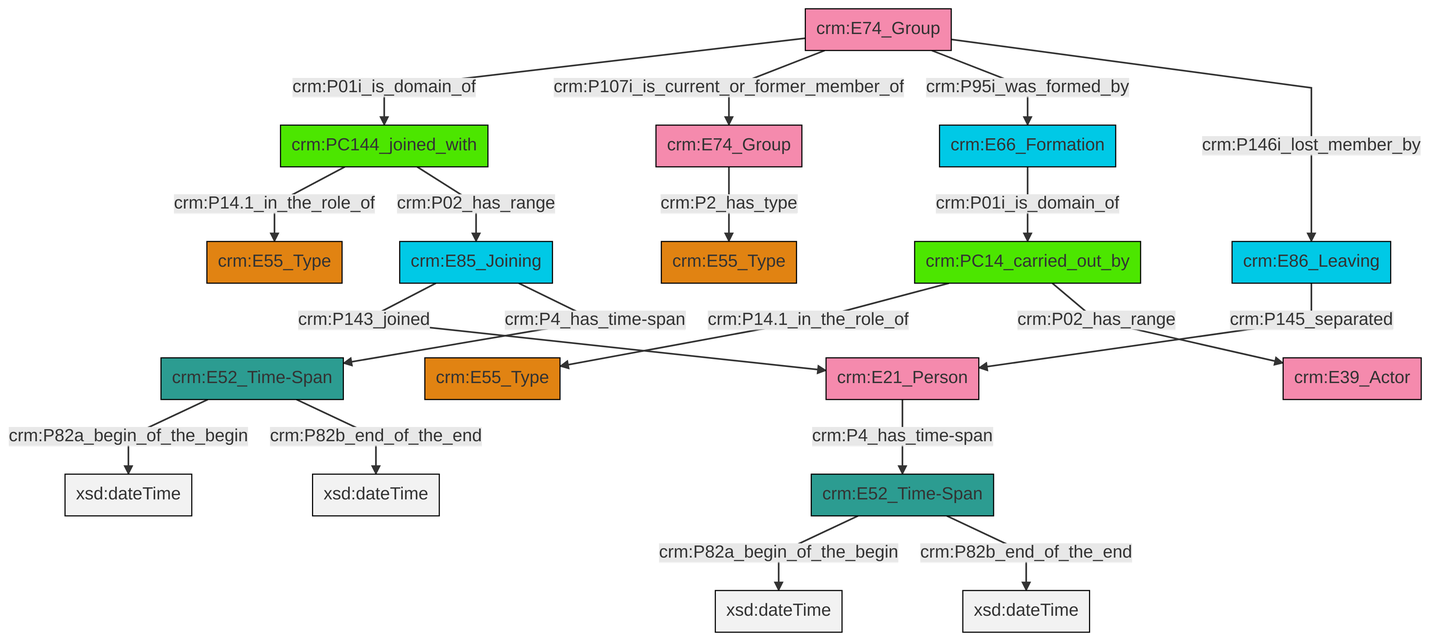
This is et/groupCSV/ttl/mmd/png/group_actor_relations.png from swiss-art-research-net/docs.swissartresearch, a Mermaid export, as it was before one commit. Its source is kept beside it as et/groupCSV/ttl/mmd/group_actor_relations.ttl.mmd.
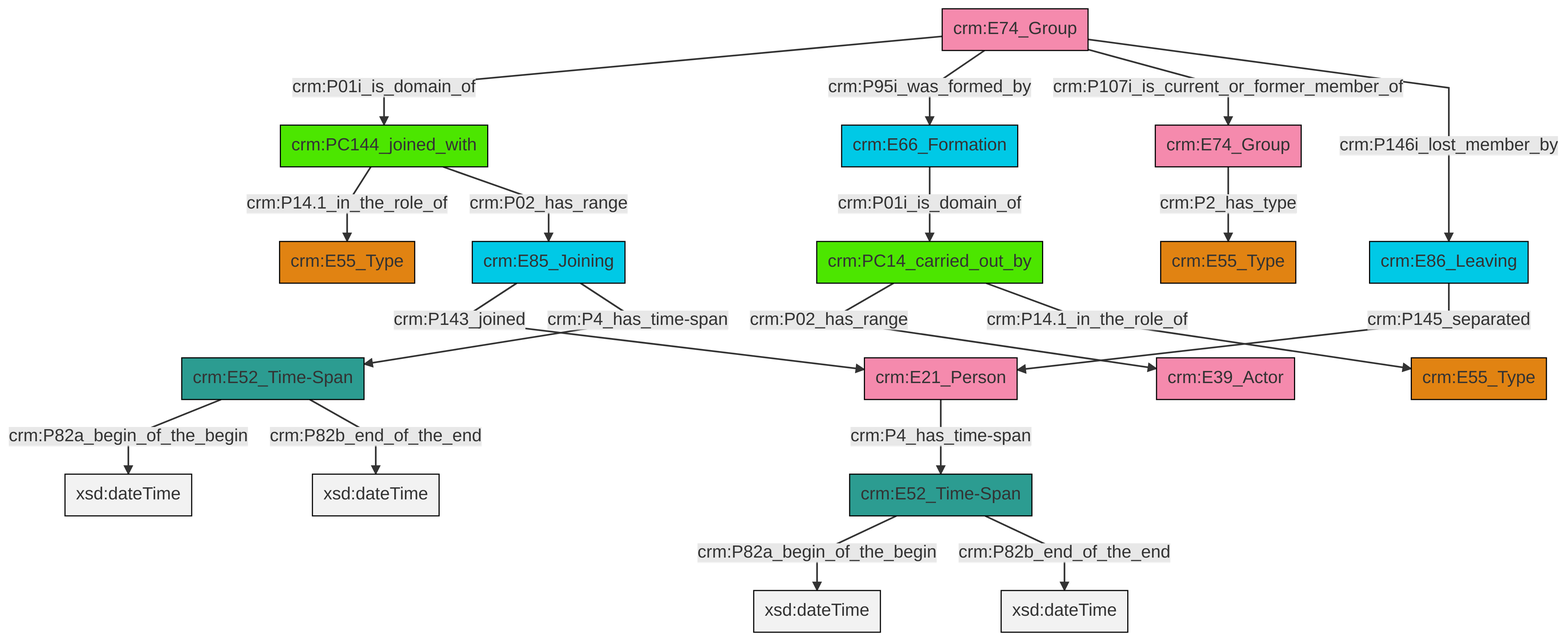
After the change.

Change to the diagram source:
```diff
@@ -13,21 +13,21 @@
 classDef PC_Classes fill:#4ce600, stroke:#000000;
 classDef Multi fill:#cccccc,stroke:#000000;
 
-2["crm:E74_Group"]:::Actor -->|crm:P2_has_type| 3["crm:E55_Type"]:::Type
-4["crm:PC14_carried_out_by"]:::PC_Classes -->|crm:P14.1_in_the_role_of| 5["crm:E55_Type"]:::Type
-6["crm:PC144_joined_with"]:::PC_Classes -->|crm:P14.1_in_the_role_of| 7["crm:E55_Type"]:::Type
-0["crm:E86_Leaving"]:::Temporal_Entity -->|crm:P145_separated| 8["crm:E21_Person"]:::Actor
-9["crm:E52_Time-Span"]:::Time-Span -->|crm:P82a_begin_of_the_begin| 10[xsd:dateTime]:::Literal
-8["crm:E21_Person"]:::Actor -->|crm:P4_has_time-span| 15["crm:E52_Time-Span"]:::Time-Span
-16["crm:E74_Group"]:::Actor -->|crm:P01i_is_domain_of| 6["crm:PC144_joined_with"]:::PC_Classes
-16["crm:E74_Group"]:::Actor -->|crm:P107i_is_current_or_former_member_of| 2["crm:E74_Group"]:::Actor
-9["crm:E52_Time-Span"]:::Time-Span -->|crm:P82b_end_of_the_end| 20[xsd:dateTime]:::Literal
-15["crm:E52_Time-Span"]:::Time-Span -->|crm:P82a_begin_of_the_begin| 21[xsd:dateTime]:::Literal
-15["crm:E52_Time-Span"]:::Time-Span -->|crm:P82b_end_of_the_end| 22[xsd:dateTime]:::Literal
-23["crm:E85_Joining"]:::Temporal_Entity -->|crm:P143_joined| 8["crm:E21_Person"]:::Actor
-16["crm:E74_Group"]:::Actor -->|crm:P95i_was_formed_by| 11["crm:E66_Formation"]:::Temporal_Entity
-11["crm:E66_Formation"]:::Temporal_Entity -->|crm:P01i_is_domain_of| 4["crm:PC14_carried_out_by"]:::PC_Classes
-23["crm:E85_Joining"]:::Temporal_Entity -->|crm:P4_has_time-span| 9["crm:E52_Time-Span"]:::Time-Span
-16["crm:E74_Group"]:::Actor -->|crm:P146i_lost_member_by| 0["crm:E86_Leaving"]:::Temporal_Entity
-6["crm:PC144_joined_with"]:::PC_Classes -->|crm:P02_has_range| 23["crm:E85_Joining"]:::Temporal_Entity
-4["crm:PC14_carried_out_by"]:::PC_Classes -->|crm:P02_has_range| 33["crm:E39_Actor"]:::Actor
+2["crm:E52_Time-Span"]:::Time-Span -->|crm:P82a_begin_of_the_begin| 4[xsd:dateTime]:::Literal
+7["crm:E74_Group"]:::Actor -->|crm:P01i_is_domain_of| 8["crm:PC144_joined_with"]:::PC_Classes
+11["crm:E74_Group"]:::Actor -->|crm:P2_has_type| 13["crm:E55_Type"]:::Type
+16["crm:E85_Joining"]:::Temporal_Entity -->|crm:P143_joined| 17["crm:E21_Person"]:::Actor
+18["crm:E52_Time-Span"]:::Time-Span -->|crm:P82a_begin_of_the_begin| 19[xsd:dateTime]:::Literal
+7["crm:E74_Group"]:::Actor -->|crm:P95i_was_formed_by| 9["crm:E66_Formation"]:::Temporal_Entity
+9["crm:E66_Formation"]:::Temporal_Entity -->|crm:P01i_is_domain_of| 0["crm:PC14_carried_out_by"]:::PC_Classes
+17["crm:E21_Person"]:::Actor -->|crm:P4_has_time-span| 2["crm:E52_Time-Span"]:::Time-Span
+7["crm:E74_Group"]:::Actor -->|crm:P107i_is_current_or_former_member_of| 11["crm:E74_Group"]:::Actor
+0["crm:PC14_carried_out_by"]:::PC_Classes -->|crm:P02_has_range| 21["crm:E39_Actor"]:::Actor
+7["crm:E74_Group"]:::Actor -->|crm:P146i_lost_member_by| 24["crm:E86_Leaving"]:::Temporal_Entity
+16["crm:E85_Joining"]:::Temporal_Entity -->|crm:P4_has_time-span| 18["crm:E52_Time-Span"]:::Time-Span
+2["crm:E52_Time-Span"]:::Time-Span -->|crm:P82b_end_of_the_end| 25[xsd:dateTime]:::Literal
+0["crm:PC14_carried_out_by"]:::PC_Classes -->|crm:P14.1_in_the_role_of| 5["crm:E55_Type"]:::Type
+8["crm:PC144_joined_with"]:::PC_Classes -->|crm:P14.1_in_the_role_of| 28["crm:E55_Type"]:::Type
+24["crm:E86_Leaving"]:::Temporal_Entity -->|crm:P145_separated| 17["crm:E21_Person"]:::Actor
+18["crm:E52_Time-Span"]:::Time-Span -->|crm:P82b_end_of_the_end| 29[xsd:dateTime]:::Literal
+8["crm:PC144_joined_with"]:::PC_Classes -->|crm:P02_has_range| 16["crm:E85_Joining"]:::Temporal_Entity
```
